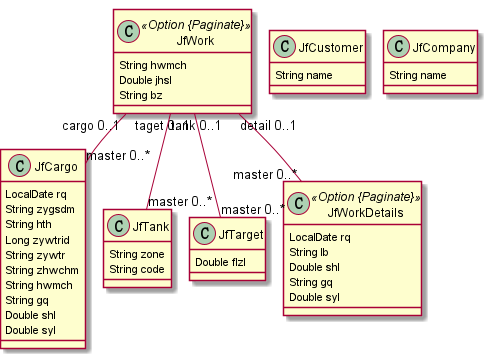
This is jdl/rzg-mobile.png from ygfgit/rzbid, a PlantUML export, as it was before one commit.
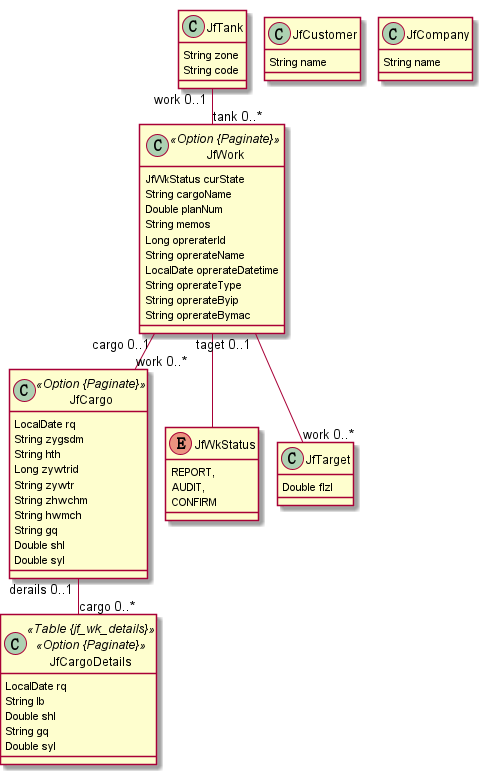
Later version of the same file.

Commit message:
移动提报表定义

Change to the diagram source:
```diff
@@ -1,7 +1,7 @@
 @startuml
 	!pragma graphviz_dot jdot
 	!pragma syntax class
-	class JfCargo  {
+	class JfCargo <<Option {Paginate}>> {
 		LocalDate rq
 		String zygsdm
 		String hth
@@ -11,6 +11,13 @@
 		String hwmch
 		String gq
 		Double shl
+		Double syl
+	}
+	class JfCargoDetails <<Table {jf_wk_details}>><<Option {Paginate}>> {
+		LocalDate rq
+		String lb
+		Double shl
+		String gq
 		Double syl
 	}
 	class JfCustomer  {
@@ -24,22 +31,28 @@
 		String code
 	}
 	class JfWork <<Option {Paginate}>> {
-		String hwmch
-		Double jhsl
-		String bz
+		JfWkStatus curState
+		String cargoName
+		Double planNum
+		String memos
+		Long opreraterId
+		String oprerateName
+		LocalDate oprerateDatetime
+		String oprerateType
+		String oprerateByip
+		String oprerateBymac
+	}
+	JfWork ..> JfWkStatus
+	enum JfWkStatus {
+		REPORT,
+		AUDIT,
+		CONFIRM
 	}
 	class JfTarget  {
 		Double flzl
 	}
-	class JfWorkDetails <<Option {Paginate}>> {
-		LocalDate rq
-		String lb
-		Double shl
-		String gq
-		Double syl
-	}
-	JfWork  "cargo 0..1 " --o "master 0..* "  JfCargo
-	JfWork  "taget 0..1 " --o "master 0..* "  JfTarget
-	JfWork  "tank 0..1 " --o "master 0..* "  JfTank
-	JfWork  "detail 0..1 " --o "master 0..* "  JfWorkDetails
+	JfCargo  "derails 0..1 " --o "cargo 0..* "  JfCargoDetails
+	JfWork  "cargo 0..1 " --o "work 0..* "  JfCargo
+	JfWork  "taget 0..1 " --o "work 0..* "  JfTarget
+	JfTank  "work 0..1 " --o "tank 0..* "  JfWork
 @enduml
```
